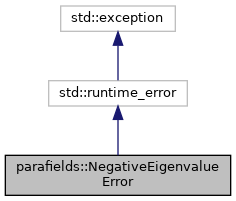
Earlier version of the Graphviz export a00964.png (parafields/parafields-core). Its source is kept beside it as a00964.dot. Its diagram source:
```dot
digraph "parafields::NegativeEigenvalueError"
{
  edge [fontname="Helvetica",fontsize="10",labelfontname="Helvetica",labelfontsize="10"];
  node [fontname="Helvetica",fontsize="10",shape=record];
  Node1 [label="parafields::NegativeEigenvalue\lError",height=0.2,width=0.4,color="black", fillcolor="grey75", style="filled", fontcolor="black",tooltip=" "];
  Node2 -> Node1 [dir="back",color="midnightblue",fontsize="10",style="solid",fontname="Helvetica"];
  Node2 [label="std::runtime_error",height=0.2,width=0.4,color="grey75", fillcolor="white", style="filled",tooltip=" "];
  Node3 -> Node2 [dir="back",color="midnightblue",fontsize="10",style="solid",fontname="Helvetica"];
  Node3 [label="std::exception",height=0.2,width=0.4,color="grey75", fillcolor="white", style="filled",tooltip=" "];
}
```
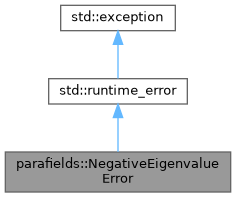
The same diagram one commit later.

Change to the diagram source:
```diff
@@ -1,10 +1,11 @@
 digraph "parafields::NegativeEigenvalueError"
 {
-  edge [fontname="Helvetica",fontsize="10",labelfontname="Helvetica",labelfontsize="10"];
-  node [fontname="Helvetica",fontsize="10",shape=record];
-  Node1 [label="parafields::NegativeEigenvalue\lError",height=0.2,width=0.4,color="black", fillcolor="grey75", style="filled", fontcolor="black",tooltip=" "];
-  Node2 -> Node1 [dir="back",color="midnightblue",fontsize="10",style="solid",fontname="Helvetica"];
-  Node2 [label="std::runtime_error",height=0.2,width=0.4,color="grey75", fillcolor="white", style="filled",tooltip=" "];
-  Node3 -> Node2 [dir="back",color="midnightblue",fontsize="10",style="solid",fontname="Helvetica"];
-  Node3 [label="std::exception",height=0.2,width=0.4,color="grey75", fillcolor="white", style="filled",tooltip=" "];
+  bgcolor="transparent";
+  edge [fontname=Helvetica,fontsize=10,labelfontname=Helvetica,labelfontsize=10];
+  node [fontname=Helvetica,fontsize=10,shape=box,height=0.2,width=0.4];
+  Node1 [id="Node000001",label="parafields::NegativeEigenvalue\lError",height=0.2,width=0.4,color="gray40", fillcolor="grey60", style="filled", fontcolor="black",tooltip=" "];
+  Node2 -> Node1 [id="edge1_Node000001_Node000002",dir="back",color="steelblue1",style="solid",tooltip=" "];
+  Node2 [id="Node000002",label="std::runtime_error",height=0.2,width=0.4,color="gray40", fillcolor="white", style="filled",tooltip=" "];
+  Node3 -> Node2 [id="edge2_Node000002_Node000003",dir="back",color="steelblue1",style="solid",tooltip=" "];
+  Node3 [id="Node000003",label="std::exception",height=0.2,width=0.4,color="gray40", fillcolor="white", style="filled",tooltip=" "];
 }
```
